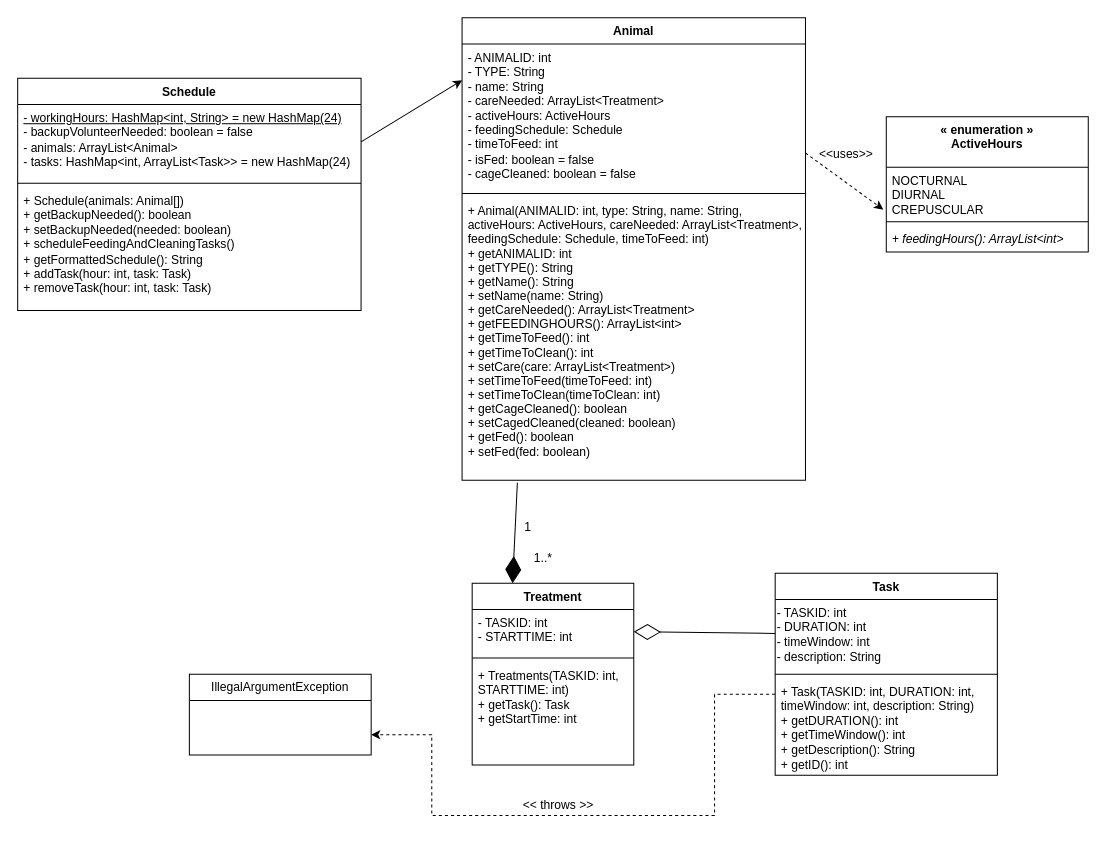
Above: 64.drawio in aryan-karadia/Mock-Schedule-Builder (draw.io), before the change. Source tidied: cells renumbered, new cells numbered last; positions are measured from the earlier drawing's top-left corner, leaving out a move shared by most shapes. Both pictures are drawn from the tidied source at 101%, with x=0, y=0 at pixel (17, 17).
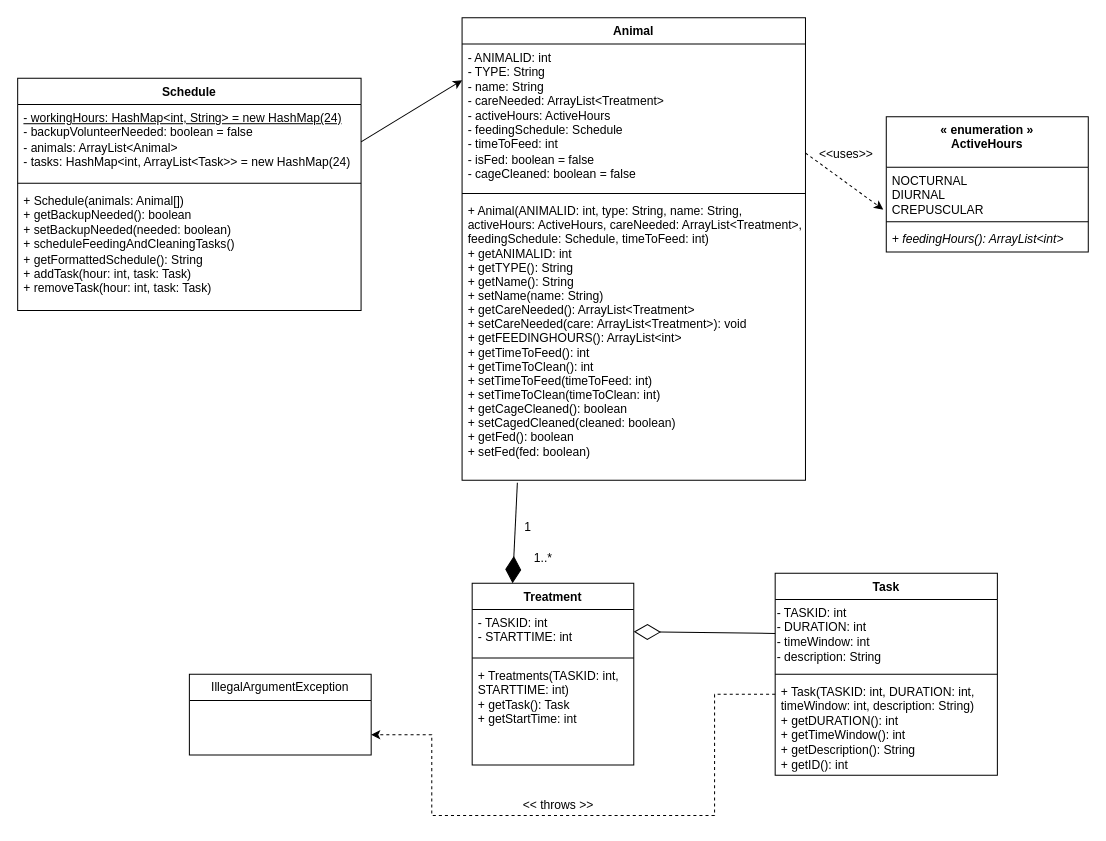
After the change.

Commit message:
Animal Class: changed setCare() to + setCareNeeded(care: ArrayList<Treatment>): void

The change refers to these unchanged cells:
```xml
<mxCell id="2" value="Animal" style="swimlane;fontStyle=1;align=center;verticalAlign=top;horizontal=1;startSize=26;" parent="1" vertex="1">
  <mxGeometry x="440" width="340" height="458" as="geometry" />
</mxCell>
```

Change to the diagram source:
```diff
@@
-    <mxCell id="5" value="+ Animal(ANIMALID: int, type: String, name: String, &#10;activeHours: ActiveHours, careNeeded: ArrayList&lt;Treatment&gt;, &#10;feedingSchedule: Schedule, timeToFeed: int)&#10;+ getANIMALID: int&#10;+ getTYPE(): String&#10;+ getName(): String&#10;+ setName(name: String)&#10;+ getCareNeeded(): ArrayList&lt;Treatment&gt;&#10;+ getFEEDINGHOURS(): ArrayList&lt;int&gt;&#10;+ getTimeToFeed(): int&#10;+ getTimeToClean(): int&#10;+ setCare(care: ArrayList&lt;Treatment&gt;)&#10;+ setTimeToFeed(timeToFeed: int)&#10;+ setTimeToClean(timeToClean: int)&#10;+ getCageCleaned(): boolean&#10;+ setCagedCleaned(cleaned: boolean)&#10;+ getFed(): boolean&#10;+ setFed(fed: boolean)&#10;&#10;" style="text;strokeColor=none;fillColor=none;align=left;verticalAlign=top;spacingLeft=4;spacingRight=4;overflow=hidden;points=[[0,0.5],[1,0.5]];portConstraint=eastwest;" parent="2" vertex="1">
+    <mxCell id="5" value="+ Animal(ANIMALID: int, type: String, name: String, &#10;activeHours: ActiveHours, careNeeded: ArrayList&lt;Treatment&gt;, &#10;feedingSchedule: Schedule, timeToFeed: int)&#10;+ getANIMALID: int&#10;+ getTYPE(): String&#10;+ getName(): String&#10;+ setName(name: String)&#10;+ getCareNeeded(): ArrayList&lt;Treatment&gt;&#10;+ setCareNeeded(care: ArrayList&lt;Treatment&gt;): void&#10;+ getFEEDINGHOURS(): ArrayList&lt;int&gt;&#10;+ getTimeToFeed(): int&#10;+ getTimeToClean(): int&#10;+ setTimeToFeed(timeToFeed: int)&#10;+ setTimeToClean(timeToClean: int)&#10;+ getCageCleaned(): boolean&#10;+ setCagedCleaned(cleaned: boolean)&#10;+ getFed(): boolean&#10;+ setFed(fed: boolean)&#10;&#10;" style="text;strokeColor=none;fillColor=none;align=left;verticalAlign=top;spacingLeft=4;spacingRight=4;overflow=hidden;points=[[0,0.5],[1,0.5]];portConstraint=eastwest;" parent="2" vertex="1">
       <mxGeometry y="178" width="340" height="280" as="geometry" />
     </mxCell>
```
